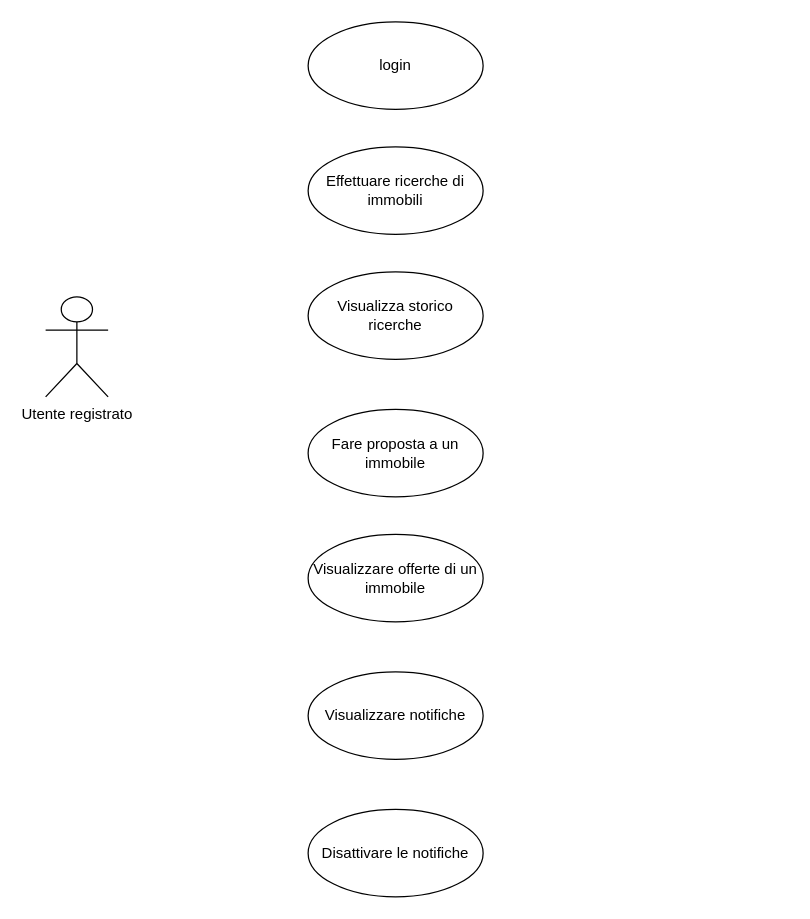
Sperob98/Documentazione-DietiEstates25 keeps this draw.io diagram as diagrammi/UseCase-Utente registrato.drawio. Above is the earlier version. Source tidied: cells renumbered, new cells numbered last; positions are measured from the earlier drawing's top-left corner, leaving out a move shared by most shapes. Both pictures are drawn from the tidied source at 125%, with x=0, y=0 at pixel (45, 21).
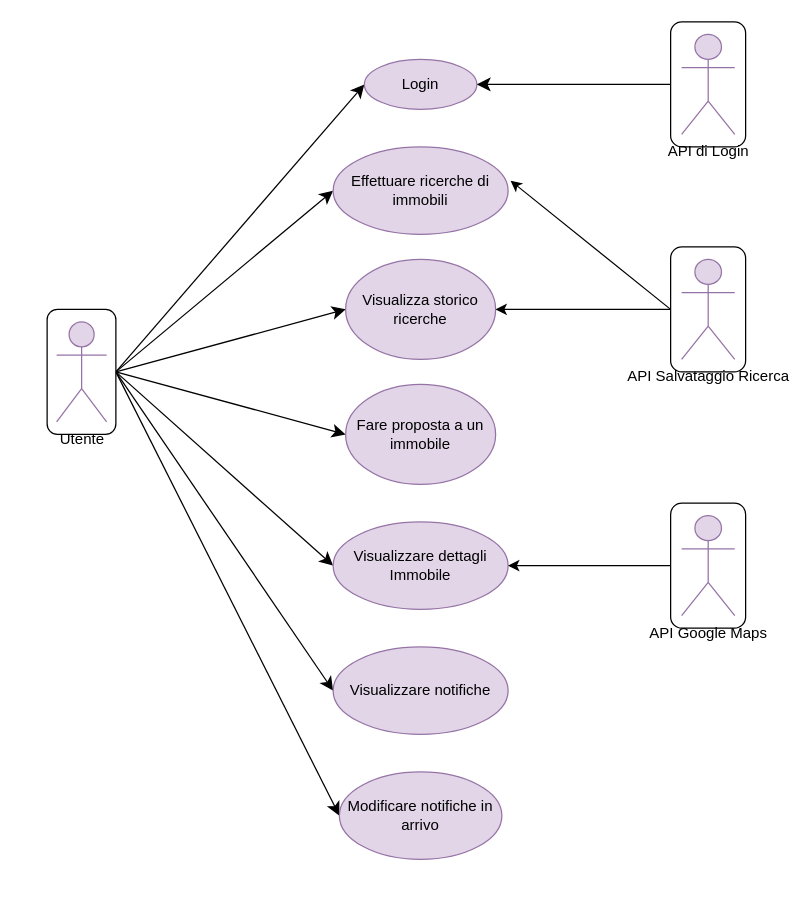
The same diagram, later.

Change to the diagram source:
```diff
@@
+    <mxCell id="10" style="edgeStyle=none;curved=1;rounded=0;jettySize=auto;html=1;exitX=1;exitY=0.5;exitDx=0;exitDy=0;entryX=0;entryY=0.5;entryDx=0;entryDy=0;fontSize=12;startSize=8;endSize=8;" parent="1" edge="1" source="17" target="3">
+      <mxGeometry relative="1" as="geometry" />
+    </mxCell>
+    <mxCell id="11" style="edgeStyle=none;curved=1;rounded=0;jettySize=auto;html=1;exitX=1;exitY=0.5;exitDx=0;exitDy=0;entryX=0;entryY=0.5;entryDx=0;entryDy=0;fontSize=12;startSize=8;endSize=8;" parent="1" edge="1" source="17" target="4">
+      <mxGeometry relative="1" as="geometry" />
+    </mxCell>
+    <mxCell id="12" style="edgeStyle=none;curved=1;rounded=0;jettySize=auto;html=1;exitX=1;exitY=0.5;exitDx=0;exitDy=0;entryX=0;entryY=0.5;entryDx=0;entryDy=0;fontSize=12;startSize=8;endSize=8;" parent="1" edge="1" source="17" target="5">
+      <mxGeometry relative="1" as="geometry" />
+    </mxCell>
+    <mxCell id="13" style="edgeStyle=none;curved=1;rounded=0;jettySize=auto;html=1;exitX=1;exitY=0.5;exitDx=0;exitDy=0;entryX=0;entryY=0.5;entryDx=0;entryDy=0;fontSize=12;startSize=8;endSize=8;" parent="1" edge="1" source="17" target="6">
+      <mxGeometry relative="1" as="geometry" />
+    </mxCell>
+    <mxCell id="14" style="edgeStyle=none;curved=1;rounded=0;jettySize=auto;html=1;exitX=1;exitY=0.5;exitDx=0;exitDy=0;entryX=0;entryY=0.5;entryDx=0;entryDy=0;fontSize=12;startSize=8;endSize=8;" parent="1" edge="1" source="17" target="7">
+      <mxGeometry relative="1" as="geometry" />
+    </mxCell>
+    <mxCell id="15" style="edgeStyle=none;curved=1;rounded=0;jettySize=auto;html=1;exitX=1;exitY=0.5;exitDx=0;exitDy=0;entryX=0;entryY=0.5;entryDx=0;entryDy=0;fontSize=12;startSize=8;endSize=8;" parent="1" edge="1" source="17" target="8">
+      <mxGeometry relative="1" as="geometry" />
+    </mxCell>
+    <mxCell id="16" style="edgeStyle=none;curved=1;rounded=0;jettySize=auto;html=1;exitX=1;exitY=0.5;exitDx=0;exitDy=0;entryX=0;entryY=0.5;entryDx=0;entryDy=0;fontSize=12;startSize=8;endSize=8;" parent="1" edge="1" source="17" target="9">
+      <mxGeometry relative="1" as="geometry" />
+    </mxCell>
+    <mxCell id="17" style="rounded=1;whiteSpace=wrap;html=1;" parent="1" vertex="1">
+      <mxGeometry x="1.2" y="230" width="55" height="100" as="geometry" />
+    </mxCell>
-    <mxCell id="2" value="Utente registrato" style="shape=umlActor;verticalLabelPosition=bottom;verticalAlign=top;html=1;" parent="1" vertex="1">
-      <mxGeometry y="220" width="50" height="80" as="geometry" />
+    <mxCell id="2" value="&lt;div&gt;Utente&lt;/div&gt;&lt;div&gt;&lt;br&gt;&lt;/div&gt;" style="shape=umlActor;verticalLabelPosition=bottom;verticalAlign=top;html=1;fillColor=#e1d5e7;strokeColor=#9673a6;" parent="1" vertex="1">
+      <mxGeometry x="8.8" y="240" width="40" height="80" as="geometry" />
     </mxCell>
-    <mxCell id="3" value="login" style="ellipse;whiteSpace=wrap;html=1;" parent="1" vertex="1">
-      <mxGeometry x="210" width="140" height="70" as="geometry" />
+    <mxCell id="3" value="Login" style="ellipse;whiteSpace=wrap;html=1;fillColor=#e1d5e7;strokeColor=#9673a6;" parent="1" vertex="1">
+      <mxGeometry x="255" y="30" width="90" height="40" as="geometry" />
     </mxCell>
-    <mxCell id="4" value="Effettuare ricerche di immobili" style="ellipse;whiteSpace=wrap;html=1;" parent="1" vertex="1">
-      <mxGeometry x="210" y="100" width="140" height="70" as="geometry" />
+    <mxCell id="4" value="Effettuare ricerche di immobili" style="ellipse;whiteSpace=wrap;html=1;fillColor=#e1d5e7;strokeColor=#9673a6;" parent="1" vertex="1">
+      <mxGeometry x="230" y="100" width="140" height="70" as="geometry" />
     </mxCell>
-    <mxCell id="5" value="Visualizza storico ricerche" style="ellipse;whiteSpace=wrap;html=1;" parent="1" vertex="1">
-      <mxGeometry x="210" y="200" width="140" height="70" as="geometry" />
+    <mxCell id="5" value="Visualizza storico ricerche" style="ellipse;whiteSpace=wrap;html=1;fillColor=#e1d5e7;strokeColor=#9673a6;" parent="1" vertex="1">
+      <mxGeometry x="240" y="190" width="120" height="80" as="geometry" />
     </mxCell>
-    <mxCell id="6" value="Fare proposta a un immobile" style="ellipse;whiteSpace=wrap;html=1;" parent="1" vertex="1">
-      <mxGeometry x="210" y="310" width="140" height="70" as="geometry" />
+    <mxCell id="6" value="Fare proposta a un immobile" style="ellipse;whiteSpace=wrap;html=1;fillColor=#e1d5e7;strokeColor=#9673a6;" parent="1" vertex="1">
+      <mxGeometry x="240" y="290" width="120" height="80" as="geometry" />
     </mxCell>
-    <mxCell id="7" value="Visualizzare offerte di un immobile" style="ellipse;whiteSpace=wrap;html=1;" parent="1" vertex="1">
-      <mxGeometry x="210" y="410" width="140" height="70" as="geometry" />
+    <mxCell id="7" value="Visualizzare dettagli Immobile" style="ellipse;whiteSpace=wrap;html=1;fillColor=#e1d5e7;strokeColor=#9673a6;" parent="1" vertex="1">
+      <mxGeometry x="230" y="400" width="140" height="70" as="geometry" />
     </mxCell>
-    <mxCell id="8" value="Visualizzare notifiche" style="ellipse;whiteSpace=wrap;html=1;" parent="1" vertex="1">
-      <mxGeometry x="210" y="520" width="140" height="70" as="geometry" />
+    <mxCell id="8" value="Visualizzare notifiche" style="ellipse;whiteSpace=wrap;html=1;fillColor=#e1d5e7;strokeColor=#9673a6;" parent="1" vertex="1">
+      <mxGeometry x="230" y="500" width="140" height="70" as="geometry" />
     </mxCell>
-    <mxCell id="9" value="Disattivare le notifiche" style="ellipse;whiteSpace=wrap;html=1;" parent="1" vertex="1">
-      <mxGeometry x="210" y="630" width="140" height="70" as="geometry" />
+    <mxCell id="9" value="Modificare notifiche in arrivo" style="ellipse;whiteSpace=wrap;html=1;fillColor=#e1d5e7;strokeColor=#9673a6;" parent="1" vertex="1">
+      <mxGeometry x="235" y="600" width="130" height="70" as="geometry" />
     </mxCell>
+    <mxCell id="18" style="edgeStyle=none;curved=1;rounded=0;jettySize=auto;html=1;exitX=0;exitY=0.5;exitDx=0;exitDy=0;entryX=1;entryY=0.5;entryDx=0;entryDy=0;fontSize=12;startSize=8;endSize=8;" parent="1" edge="1" source="19" target="3">
+      <mxGeometry relative="1" as="geometry" />
+    </mxCell>
+    <mxCell id="19" style="rounded=1;whiteSpace=wrap;html=1;" parent="1" vertex="1">
+      <mxGeometry x="500" width="60" height="100" as="geometry" />
+    </mxCell>
+    <mxCell id="20" value="&lt;div&gt;API di Login&lt;br&gt;&lt;/div&gt;&lt;div&gt;&lt;br&gt;&lt;/div&gt;" style="shape=umlActor;verticalLabelPosition=bottom;verticalAlign=top;html=1;fillColor=#e1d5e7;strokeColor=#9673a6;" parent="1" vertex="1">
+      <mxGeometry x="508.8" y="10" width="42.5" height="80" as="geometry" />
+    </mxCell>
+    <mxCell id="21" style="rounded=0;jettySize=auto;html=1;exitX=0;exitY=0.5;exitDx=0;exitDy=0;entryX=1;entryY=0.5;entryDx=0;entryDy=0;" parent="1" edge="1" source="22" target="5">
+      <mxGeometry relative="1" as="geometry" />
+    </mxCell>
+    <mxCell id="22" style="rounded=1;whiteSpace=wrap;html=1;" parent="1" vertex="1">
+      <mxGeometry x="500" y="180" width="60" height="100" as="geometry" />
+    </mxCell>
+    <mxCell id="23" value="API Salvataggio Ricerca" style="shape=umlActor;verticalLabelPosition=bottom;verticalAlign=top;html=1;fillColor=#e1d5e7;strokeColor=#9673a6;" parent="1" vertex="1">
+      <mxGeometry x="508.8" y="190" width="42.5" height="80" as="geometry" />
+    </mxCell>
+    <mxCell id="24" style="rounded=0;jettySize=auto;html=1;exitX=0;exitY=0.5;exitDx=0;exitDy=0;entryX=1.014;entryY=0.386;entryDx=0;entryDy=0;entryPerimeter=0;" parent="1" edge="1" source="22" target="4">
+      <mxGeometry relative="1" as="geometry" />
+    </mxCell>
+    <mxCell id="25" style="rounded=0;jettySize=auto;html=1;exitX=0;exitY=0.5;exitDx=0;exitDy=0;entryX=1;entryY=0.5;entryDx=0;entryDy=0;" parent="1" edge="1" source="26" target="7">
+      <mxGeometry relative="1" as="geometry" />
+    </mxCell>
+    <mxCell id="26" style="rounded=1;whiteSpace=wrap;html=1;" parent="1" vertex="1">
+      <mxGeometry x="500" y="385" width="60" height="100" as="geometry" />
+    </mxCell>
+    <mxCell id="27" value="&lt;div&gt;API Google Maps&lt;/div&gt;" style="shape=umlActor;verticalLabelPosition=bottom;verticalAlign=top;html=1;fillColor=#e1d5e7;strokeColor=#9673a6;" parent="1" vertex="1">
+      <mxGeometry x="508.8" y="395" width="42.5" height="80" as="geometry" />
+    </mxCell>
```
